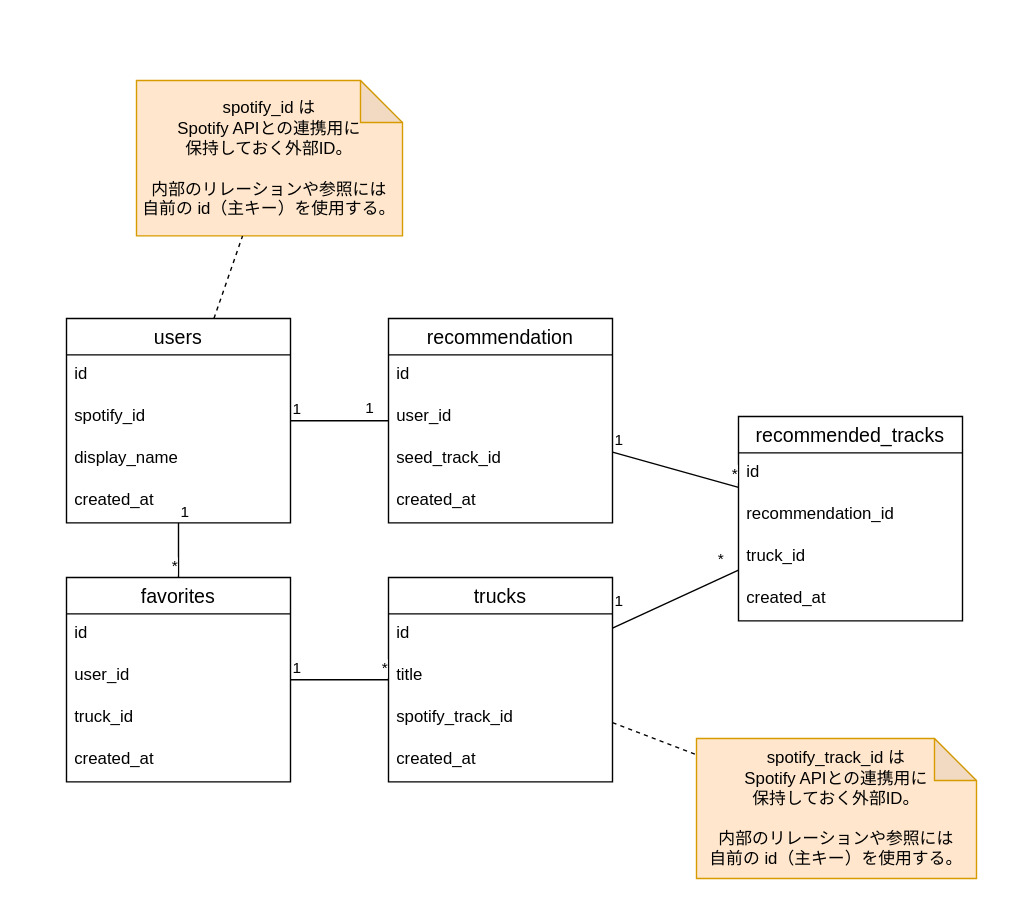
Above: docs/er-diagram.drawio in eito0518/digbeats-v2 (draw.io), before the change. Source tidied: cells renumbered, new cells numbered last; positions are measured from the earlier drawing's top-left corner, leaving out a move shared by most shapes. Both pictures are drawn from the tidied source at 140%, with x=0, y=0 at pixel (66, 80).
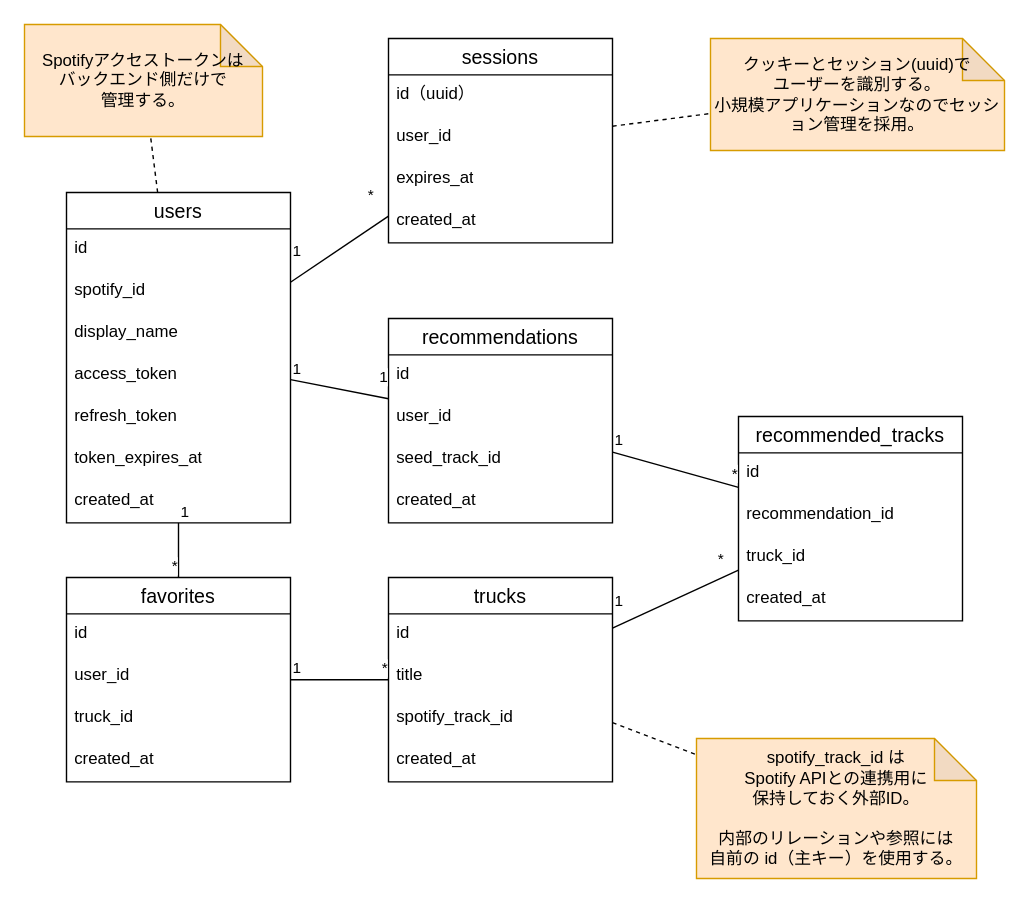
After the change.

Commit message (it also covers changes not shown here):
update: セッション認証対応のDDLとER図を更新

Unchanged cells that the change refers to:
```xml
<mxCell id="27" style="endArrow=none;html=1;" parent="1" edge="1" source="2" target="7">
  <mxGeometry relative="1" as="geometry" />
</mxCell>
```

Change to the diagram source:
```diff
@@
     <mxCell id="2" value="users" style="swimlane;fontStyle=0;horizontal=1;startSize=26;align=center;fontSize=14;" parent="1" vertex="1">
-      <mxGeometry y="170" width="160" height="146" as="geometry" />
+      <mxGeometry y="80" width="160" height="236" as="geometry" />
     </mxCell>
@@
+    <mxCell id="45" value="access_token" style="text;strokeColor=none;fillColor=none;spacingLeft=4;spacingRight=4;overflow=hidden;fontSize=12;whiteSpace=wrap;html=1;" parent="2" vertex="1">
+      <mxGeometry y="116" width="160" height="30" as="geometry" />
+    </mxCell>
+    <mxCell id="46" value="refresh_token" style="text;strokeColor=none;fillColor=none;spacingLeft=4;spacingRight=4;overflow=hidden;fontSize=12;whiteSpace=wrap;html=1;" parent="2" vertex="1">
+      <mxGeometry y="146" width="160" height="30" as="geometry" />
+    </mxCell>
+    <mxCell id="47" value="token_expires_at" style="text;strokeColor=none;fillColor=none;spacingLeft=4;spacingRight=4;overflow=hidden;fontSize=12;whiteSpace=wrap;html=1;" parent="2" vertex="1">
+      <mxGeometry y="176" width="160" height="30" as="geometry" />
+    </mxCell>
     <mxCell id="6" value="created_at" style="text;strokeColor=none;fillColor=none;spacingLeft=4;spacingRight=4;overflow=hidden;fontSize=12;whiteSpace=wrap;html=1;" parent="2" vertex="1">
-      <mxGeometry y="116" width="160" height="30" as="geometry" />
+      <mxGeometry y="206" width="160" height="30" as="geometry" />
     </mxCell>
-    <mxCell id="7" value="recommendation" style="swimlane;fontStyle=0;horizontal=1;startSize=26;align=center;fontSize=14;" parent="1" vertex="1">
+    <mxCell id="7" value="recommendations" style="swimlane;fontStyle=0;horizontal=1;startSize=26;align=center;fontSize=14;" parent="1" vertex="1">
       <mxGeometry x="230" y="170" width="160" height="146" as="geometry" />
     </mxCell>
@@
     <mxCell id="29" value="1" style="edgeLabel;html=1;align=right;verticalAlign=bottom;" parent="27" vertex="1">
       <mxGeometry x="1" relative="1" as="geometry">
-        <mxPoint x="-10" y="-1" as="offset" />
+        <mxPoint y="-7" as="offset" />
       </mxGeometry>
     </mxCell>
@@
-    <mxCell id="44" value="spotify_id は&lt;div&gt;Spotify APIとの&lt;span style=&quot;background-color: transparent;&quot;&gt;連携用に&lt;/span&gt;&lt;/div&gt;&lt;div&gt;&lt;span style=&quot;background-color: transparent;&quot;&gt;保持しておく外部ID。&lt;/span&gt;&lt;div&gt;&lt;br&gt;&lt;div&gt;内部のリレーションや参照には&lt;/div&gt;&lt;div&gt;自前の id（主キー）を使用する。&lt;/div&gt;&lt;/div&gt;&lt;/div&gt;" style="shape=note;whiteSpace=wrap;html=1;backgroundOutline=1;darkOpacity=0.05;fillColor=#ffe6cc;strokeColor=#d79b00;" parent="1" vertex="1">
-      <mxGeometry x="50" width="190" height="111" as="geometry" />
-    </mxCell>
-    <mxCell id="45" style="endArrow=none;dashed=1;html=1;" parent="1" edge="1" source="2" target="44">
-      <mxGeometry relative="1" as="geometry" />
-    </mxCell>
+    <mxCell id="48" value="sessions" style="swimlane;fontStyle=0;horizontal=1;startSize=26;align=center;fontSize=14;" parent="1" vertex="1">
+      <mxGeometry x="230" y="-30" width="160" height="146" as="geometry" />
+    </mxCell>
+    <mxCell id="49" value="id（uuid）" style="text;strokeColor=none;fillColor=none;spacingLeft=4;spacingRight=4;overflow=hidden;fontSize=12;whiteSpace=wrap;html=1;" parent="48" vertex="1">
+      <mxGeometry y="26" width="160" height="30" as="geometry" />
+    </mxCell>
+    <mxCell id="50" value="user_id" style="text;strokeColor=none;fillColor=none;spacingLeft=4;spacingRight=4;overflow=hidden;fontSize=12;whiteSpace=wrap;html=1;" parent="48" vertex="1">
+      <mxGeometry y="56" width="160" height="30" as="geometry" />
+    </mxCell>
+    <mxCell id="51" value="&lt;span style=&quot;color: rgb(0, 0, 0);&quot;&gt;expires_at&lt;/span&gt;" style="text;strokeColor=none;fillColor=none;spacingLeft=4;spacingRight=4;overflow=hidden;fontSize=12;whiteSpace=wrap;html=1;" parent="48" vertex="1">
+      <mxGeometry y="86" width="160" height="30" as="geometry" />
+    </mxCell>
+    <mxCell id="52" value="created_at" style="text;strokeColor=none;fillColor=none;spacingLeft=4;spacingRight=4;overflow=hidden;fontSize=12;whiteSpace=wrap;html=1;" parent="48" vertex="1">
+      <mxGeometry y="116" width="160" height="30" as="geometry" />
+    </mxCell>
+    <mxCell id="53" style="endArrow=none;html=1;" parent="1" edge="1" source="2" target="48">
+      <mxGeometry relative="1" as="geometry" />
+    </mxCell>
+    <mxCell id="54" value="1" style="edgeLabel;html=1;align=left;verticalAlign=bottom;" parent="53" vertex="1">
+      <mxGeometry x="-1" relative="1" as="geometry">
+        <mxPoint y="-14" as="offset" />
+      </mxGeometry>
+    </mxCell>
+    <mxCell id="55" value="*" style="edgeLabel;html=1;align=right;verticalAlign=bottom;" parent="53" vertex="1">
+      <mxGeometry x="1" relative="1" as="geometry">
+        <mxPoint x="-10" y="-7" as="offset" />
+      </mxGeometry>
+    </mxCell>
+    <mxCell id="56" value="Spotifyアクセストークンは&lt;div&gt;バックエンド側だけで&lt;/div&gt;&lt;div&gt;管理する。&lt;/div&gt;" style="shape=note;whiteSpace=wrap;html=1;backgroundOutline=1;darkOpacity=0.05;fillColor=#ffe6cc;strokeColor=#d79b00;" parent="1" vertex="1">
+      <mxGeometry x="-30" y="-40" width="170" height="80" as="geometry" />
+    </mxCell>
+    <mxCell id="57" style="endArrow=none;dashed=1;html=1;" parent="1" edge="1" source="2" target="56">
+      <mxGeometry relative="1" as="geometry" />
+    </mxCell>
+    <mxCell id="58" value="クッキーとセッション(uuid)で&lt;div&gt;ユーザーを識別する。&lt;div&gt;小規模アプリケーションなのでセッション管理を採用。&lt;/div&gt;&lt;/div&gt;" style="shape=note;whiteSpace=wrap;html=1;backgroundOutline=1;darkOpacity=0.05;fillColor=#ffe6cc;strokeColor=#d79b00;" parent="1" vertex="1">
+      <mxGeometry x="460" y="-30" width="210" height="80" as="geometry" />
+    </mxCell>
+    <mxCell id="59" style="endArrow=none;dashed=1;html=1;" parent="1" edge="1" source="48" target="58">
+      <mxGeometry relative="1" as="geometry" />
+    </mxCell>
```
